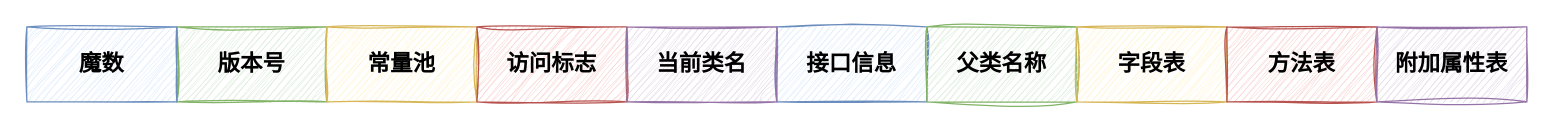
Earlier version of the draw.io diagram page "类文件结构" (3 of 6) of assets/Java/JavaCore/Java虚拟机.drawio (dunwu/waterdrop). Source tidied: cells renumbered, new cells numbered last; positions are measured from the earlier drawing's top-left corner, leaving out a move shared by most shapes. Both pictures are drawn from the tidied source at 125%, with x=0, y=0 at pixel (26, 26).
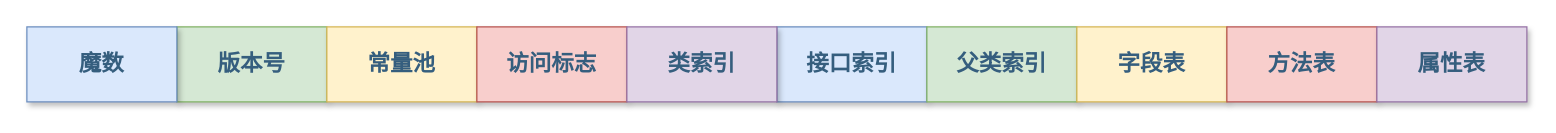
The same page after the edit.

Change to the diagram source:
```diff
@@
 <mxGraphModel>
   <root>
     <mxCell id="0" />
     <mxCell id="1" parent="0" />
-    <mxCell id="2" style="group;" parent="1" vertex="1">
-      <mxGeometry width="1200" height="60" as="geometry" />
-    </mxCell>
-    <mxCell id="3" value="版本号" style="rounded=0;whiteSpace=wrap;html=1;fontSize=18;sketch=1;curveFitting=1;jiggle=2;fillColor=#d5e8d4;strokeColor=#82b366;fontStyle=1;" parent="2" vertex="1">
+    <mxCell id="3" value="版本号" style="rounded=0;whiteSpace=wrap;html=1;fontSize=18;fillColor=#d5e8d4;strokeColor=#82b366;fontStyle=1;shadow=1;fontColor=#355E7E;" parent="1" vertex="1">
       <mxGeometry x="120" width="120" height="60" as="geometry" />
     </mxCell>
-    <mxCell id="4" value="魔数" style="rounded=0;whiteSpace=wrap;html=1;fontSize=18;sketch=1;curveFitting=1;jiggle=2;fillColor=#dae8fc;strokeColor=#6c8ebf;fontStyle=1;" parent="2" vertex="1">
+    <mxCell id="4" value="魔数" style="rounded=0;whiteSpace=wrap;html=1;fontSize=18;fillColor=#dae8fc;strokeColor=#6c8ebf;fontStyle=1;shadow=1;fontColor=#355E7E;" parent="1" vertex="1">
       <mxGeometry width="120" height="60" as="geometry" />
     </mxCell>
-    <mxCell id="5" value="常量池" style="rounded=0;whiteSpace=wrap;html=1;fontSize=18;sketch=1;curveFitting=1;jiggle=2;fillColor=#fff2cc;strokeColor=#d6b656;fontStyle=1;" parent="2" vertex="1">
+    <mxCell id="5" value="常量池" style="rounded=0;whiteSpace=wrap;html=1;fontSize=18;fillColor=#fff2cc;strokeColor=#d6b656;fontStyle=1;shadow=1;fontColor=#355E7E;" parent="1" vertex="1">
       <mxGeometry x="240" width="120" height="60" as="geometry" />
     </mxCell>
-    <mxCell id="6" value="访问标志" style="rounded=0;whiteSpace=wrap;html=1;fontSize=18;sketch=1;curveFitting=1;jiggle=2;fillColor=#f8cecc;strokeColor=#b85450;fontStyle=1;" parent="2" vertex="1">
+    <mxCell id="6" value="访问标志" style="rounded=0;whiteSpace=wrap;html=1;fontSize=18;fillColor=#f8cecc;strokeColor=#b85450;fontStyle=1;shadow=1;fontColor=#355E7E;" parent="1" vertex="1">
       <mxGeometry x="360" width="120" height="60" as="geometry" />
     </mxCell>
-    <mxCell id="7" value="接口信息" style="rounded=0;whiteSpace=wrap;html=1;fontSize=18;sketch=1;curveFitting=1;jiggle=2;fillColor=#dae8fc;strokeColor=#6c8ebf;fontStyle=1;" parent="2" vertex="1">
+    <mxCell id="7" value="接口索引" style="rounded=0;whiteSpace=wrap;html=1;fontSize=18;fillColor=#dae8fc;strokeColor=#6c8ebf;fontStyle=1;shadow=1;fontColor=#355E7E;" parent="1" vertex="1">
       <mxGeometry x="600" width="120" height="60" as="geometry" />
     </mxCell>
-    <mxCell id="8" value="当前类名" style="rounded=0;whiteSpace=wrap;html=1;fontSize=18;sketch=1;curveFitting=1;jiggle=2;fillColor=#e1d5e7;strokeColor=#9673a6;fontStyle=1;" parent="2" vertex="1">
+    <mxCell id="8" value="类索引" style="rounded=0;whiteSpace=wrap;html=1;fontSize=18;fillColor=#e1d5e7;strokeColor=#9673a6;fontStyle=1;shadow=1;fontColor=#355E7E;" parent="1" vertex="1">
       <mxGeometry x="480" width="120" height="60" as="geometry" />
     </mxCell>
-    <mxCell id="9" value="父类名称" style="rounded=0;whiteSpace=wrap;html=1;fontSize=18;sketch=1;curveFitting=1;jiggle=2;fillColor=#d5e8d4;strokeColor=#82b366;fontStyle=1;" parent="2" vertex="1">
+    <mxCell id="9" value="父类索引" style="rounded=0;whiteSpace=wrap;html=1;fontSize=18;fillColor=#d5e8d4;strokeColor=#82b366;fontStyle=1;shadow=1;fontColor=#355E7E;" parent="1" vertex="1">
       <mxGeometry x="720" width="120" height="60" as="geometry" />
     </mxCell>
-    <mxCell id="10" value="字段表" style="rounded=0;whiteSpace=wrap;html=1;fontSize=18;sketch=1;curveFitting=1;jiggle=2;fillColor=#fff2cc;strokeColor=#d6b656;fontStyle=1;" parent="2" vertex="1">
+    <mxCell id="10" value="字段表" style="rounded=0;whiteSpace=wrap;html=1;fontSize=18;fillColor=#fff2cc;strokeColor=#d6b656;fontStyle=1;shadow=1;fontColor=#355E7E;" parent="1" vertex="1">
       <mxGeometry x="840" width="120" height="60" as="geometry" />
     </mxCell>
-    <mxCell id="11" value="方法表" style="rounded=0;whiteSpace=wrap;html=1;fontSize=18;sketch=1;curveFitting=1;jiggle=2;fillColor=#f8cecc;strokeColor=#b85450;fontStyle=1;" parent="2" vertex="1">
+    <mxCell id="11" value="方法表" style="rounded=0;whiteSpace=wrap;html=1;fontSize=18;fillColor=#f8cecc;strokeColor=#b85450;fontStyle=1;shadow=1;fontColor=#355E7E;" parent="1" vertex="1">
       <mxGeometry x="960" width="120" height="60" as="geometry" />
     </mxCell>
-    <mxCell id="12" value="附加属性表" style="rounded=0;whiteSpace=wrap;html=1;fontSize=18;sketch=1;curveFitting=1;jiggle=2;fillColor=#e1d5e7;strokeColor=#9673a6;fontStyle=1;" parent="2" vertex="1">
+    <mxCell id="12" value="属性表" style="rounded=0;whiteSpace=wrap;html=1;fontSize=18;fillColor=#e1d5e7;strokeColor=#9673a6;fontStyle=1;shadow=1;fontColor=#355E7E;" parent="1" vertex="1">
       <mxGeometry x="1080" width="120" height="60" as="geometry" />
     </mxCell>
   </root>
 </mxGraphModel>
```
